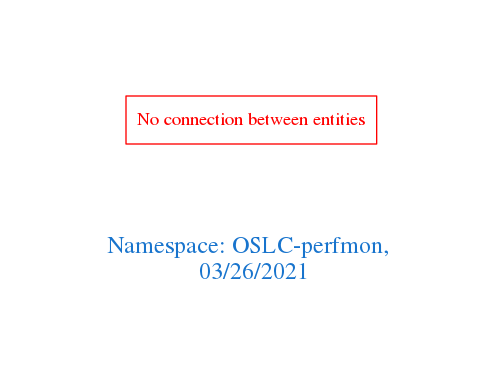
Earlier version of the Graphviz export downloads/OSLC-perfmon.png (arago/OGIT). Its source is kept beside it as downloads/OSLC-perfmon.dot.
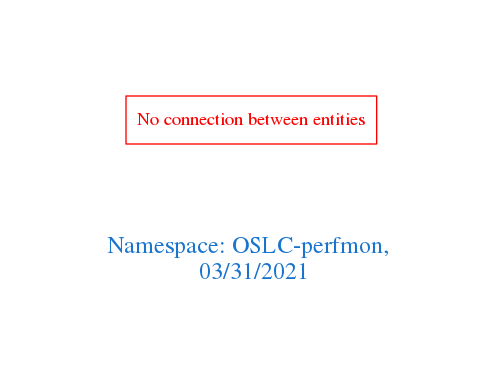
The same file after the commit.

Change to the diagram source:
```diff
@@ -1,7 +1,7 @@
 digraph OGIT_ontology {
  graph [ rankdir= LR,pad=1
 fontsize = 18,
-fontcolor= dodgerblue3,label = "\n\n\nNamespace: OSLC-perfmon, \n 03/26/2021"];
+fontcolor= dodgerblue3,label = "\n\n\nNamespace: OSLC-perfmon, \n 03/31/2021"];
 node[shape=polygon];
 edge [  color="gray81"];
 
```
